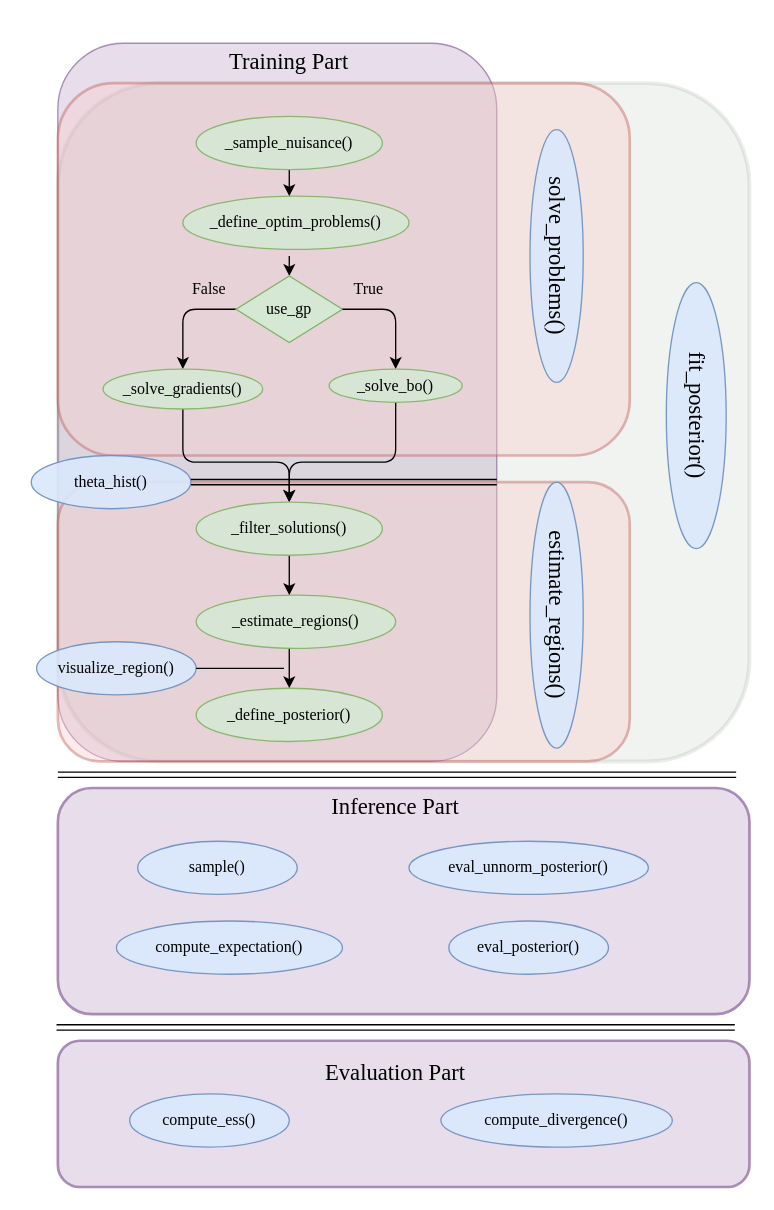
Before: Thesis/graphs/ROMC.drawio in givasile/edinburgh-thesis, a draw.io diagram. Source tidied: cells renumbered, new cells numbered last; positions are measured from the earlier drawing's top-left corner, leaving out a move shared by most shapes. Both pictures are drawn from the tidied source at 133%, with x=0, y=0 at pixel (31, 23).
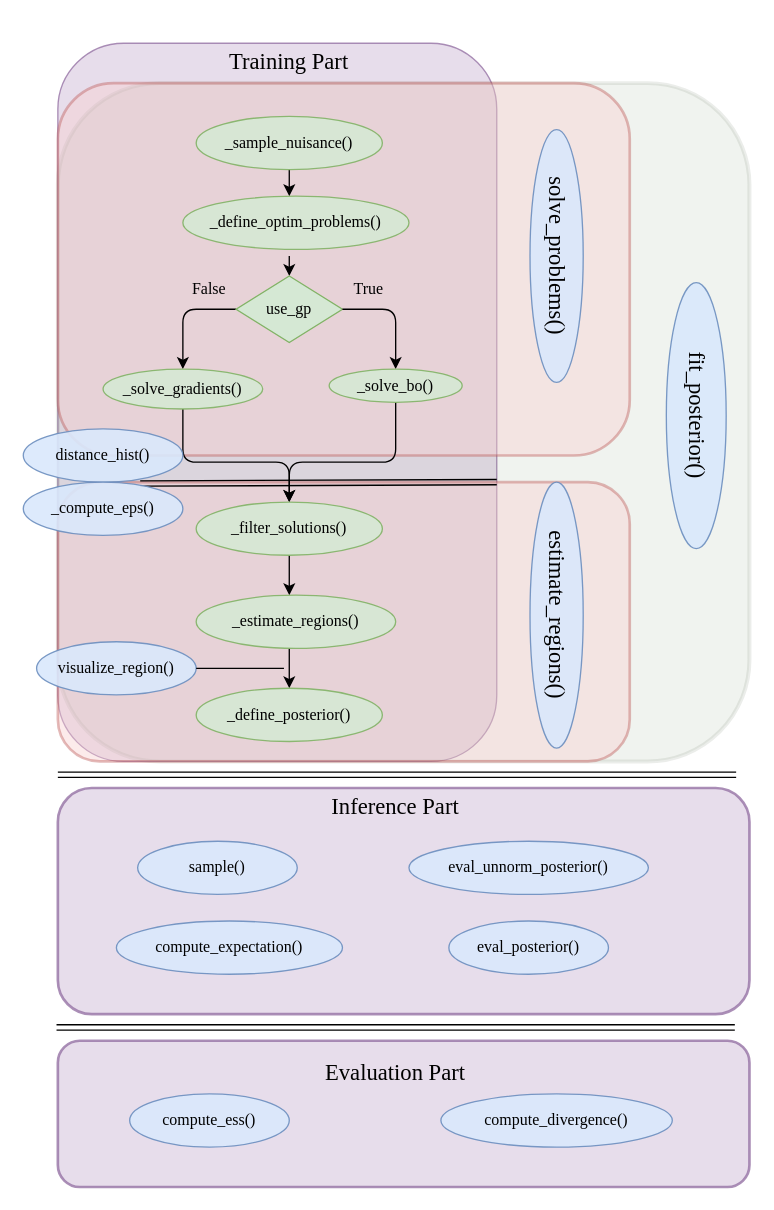
The same diagram, later.

The change refers to these unchanged cells:
```xml
<mxCell id="4" style="rounded=1;whiteSpace=wrap;html=1;fillColor=#f8cecc;strokeColor=#b85450;opacity=40;strokeWidth=2;fontFamily=Garamond;" parent="1" vertex="1">
  <mxGeometry x="20" y="345" width="430" height="210" as="geometry" />
</mxCell>
```

What changed in the source:
```diff
@@
-    <mxCell id="40" value="theta_hist()" style="ellipse;whiteSpace=wrap;html=1;strokeWidth=1;opacity=90;fillColor=#dae8fc;strokeColor=#6c8ebf;fontFamily=Garamond;" parent="1" vertex="1">
-      <mxGeometry y="325" width="120" height="40" as="geometry" />
+    <mxCell id="40" value="distance_hist()" style="ellipse;whiteSpace=wrap;html=1;strokeWidth=1;opacity=90;fillColor=#dae8fc;strokeColor=#6c8ebf;fontFamily=Garamond;" parent="1" vertex="1">
+      <mxGeometry x="-6" y="305" width="120" height="40" as="geometry" />
     </mxCell>
@@
-    <mxCell id="43" style="shape=link;html=1;fontFamily=Garamond;exitX=1;exitY=0.5;exitDx=0;exitDy=0;" parent="1" edge="1" source="40">
+    <mxCell id="43" style="shape=link;html=1;fontFamily=Garamond;exitX=0.144;exitY=0.005;exitDx=0;exitDy=0;exitPerimeter=0;" parent="1" edge="1" source="4">
       <mxGeometry relative="1" as="geometry">
         <mxPoint x="350" y="345" as="targetPoint" />
       </mxGeometry>
     </mxCell>
+    <mxCell id="44" value="_compute_eps()" style="ellipse;whiteSpace=wrap;html=1;strokeWidth=1;opacity=90;fillColor=#dae8fc;strokeColor=#6c8ebf;fontFamily=Garamond;" parent="1" vertex="1">
+      <mxGeometry x="-6" y="345" width="120" height="40" as="geometry" />
+    </mxCell>
```
